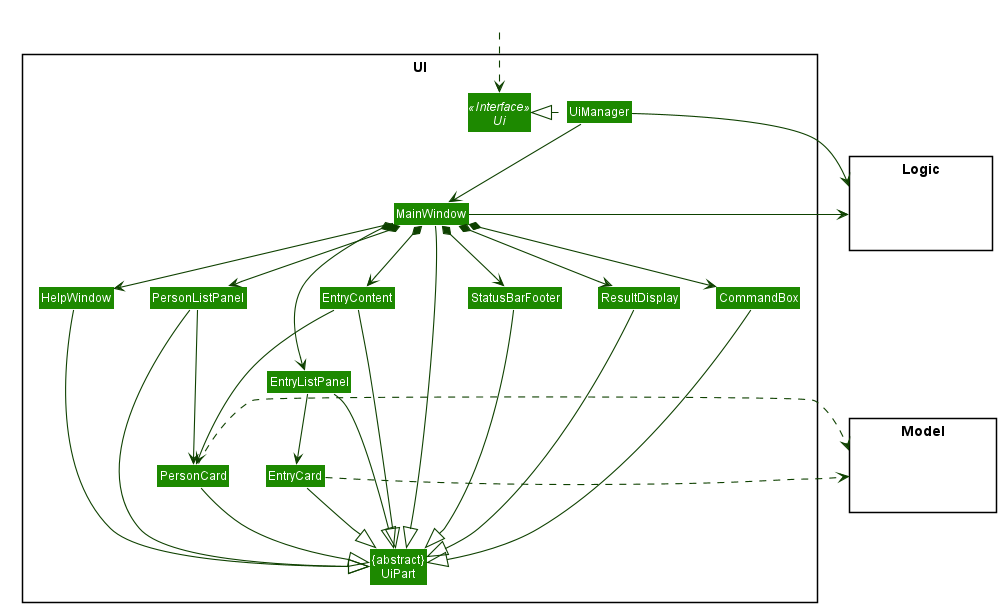
zhXchD/tp keeps this PlantUML diagram as docs/images/UiClassDiagram.png. Above is the earlier version.
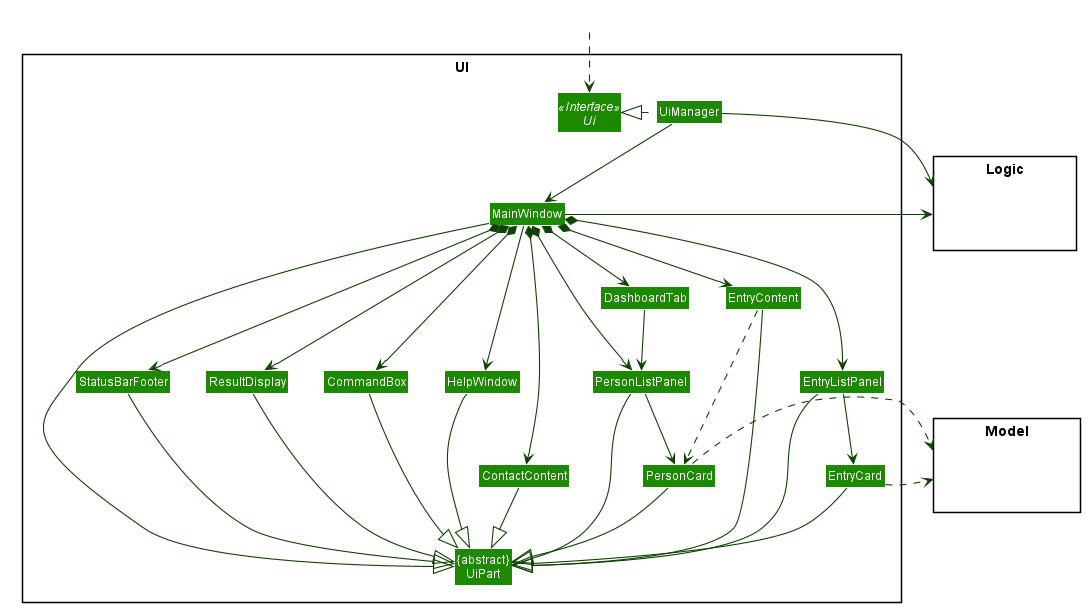
The same diagram one commit later.

Commit message:
Update UI diagram as well as Project Portfolio Page.

Diff of the diagram source:
```diff
@@ -60,11 +60,13 @@
 Class ResultDisplay
 Class PersonListPanel
 Class PersonCard
+Class ContactContent
 Class EntryListPanel
 Class EntryCard
 Class EntryContent
 Class StatusBarFooter
 Class CommandBox
+Class DashboardTab
 }
 
 package Model <<Rectangle>> {
@@ -87,10 +89,13 @@
 MainWindow *-down-> StatusBarFooter
 MainWindow *-down-> EntryListPanel
 MainWindow *-down-> EntryContent
+MainWindow *-down-> ContactContent
+MainWindow *-down-> DashboardTab
 
-PersonListPanel --down-> PersonCard
+DashboardTab -down-> PersonListPanel
+PersonListPanel -down-> PersonCard
 EntryListPanel -down-> EntryCard
-EntryContent --down-> PersonCard
+EntryContent ..down.> PersonCard
 
 MainWindow -left-|> UiPart
 
@@ -103,6 +108,7 @@
 EntryListPanel --|> UiPart
 EntryCard --|> UiPart
 EntryContent --|> UiPart
+ContactContent --|> UiPart
 
 PersonCard .right.> Model
 EntryCard .right.> Model
```
